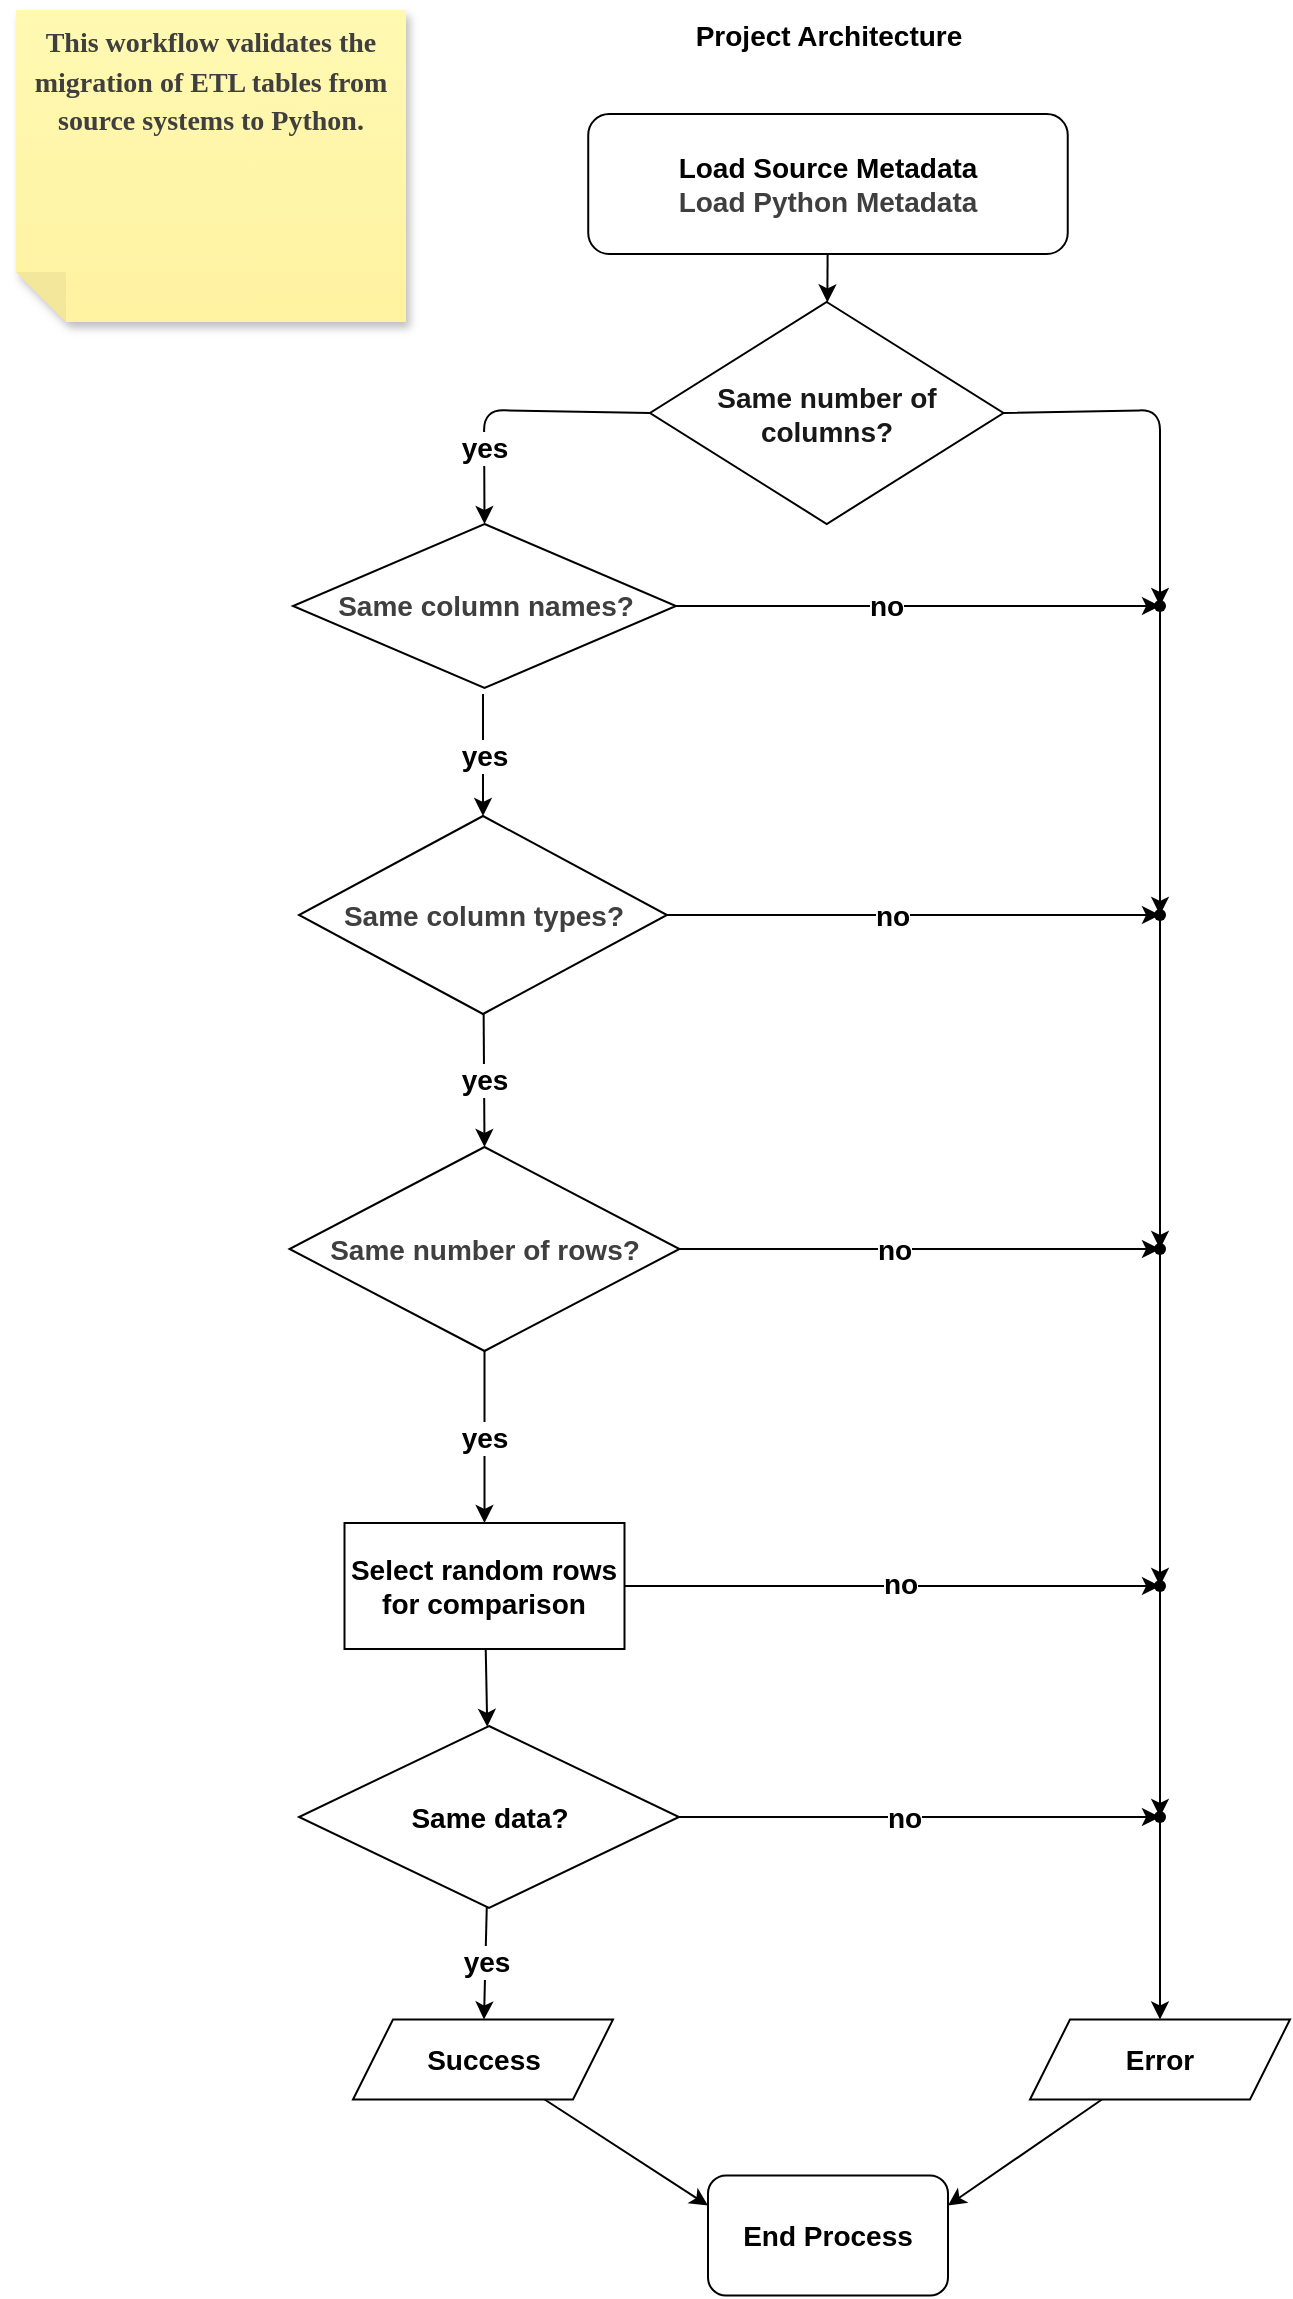
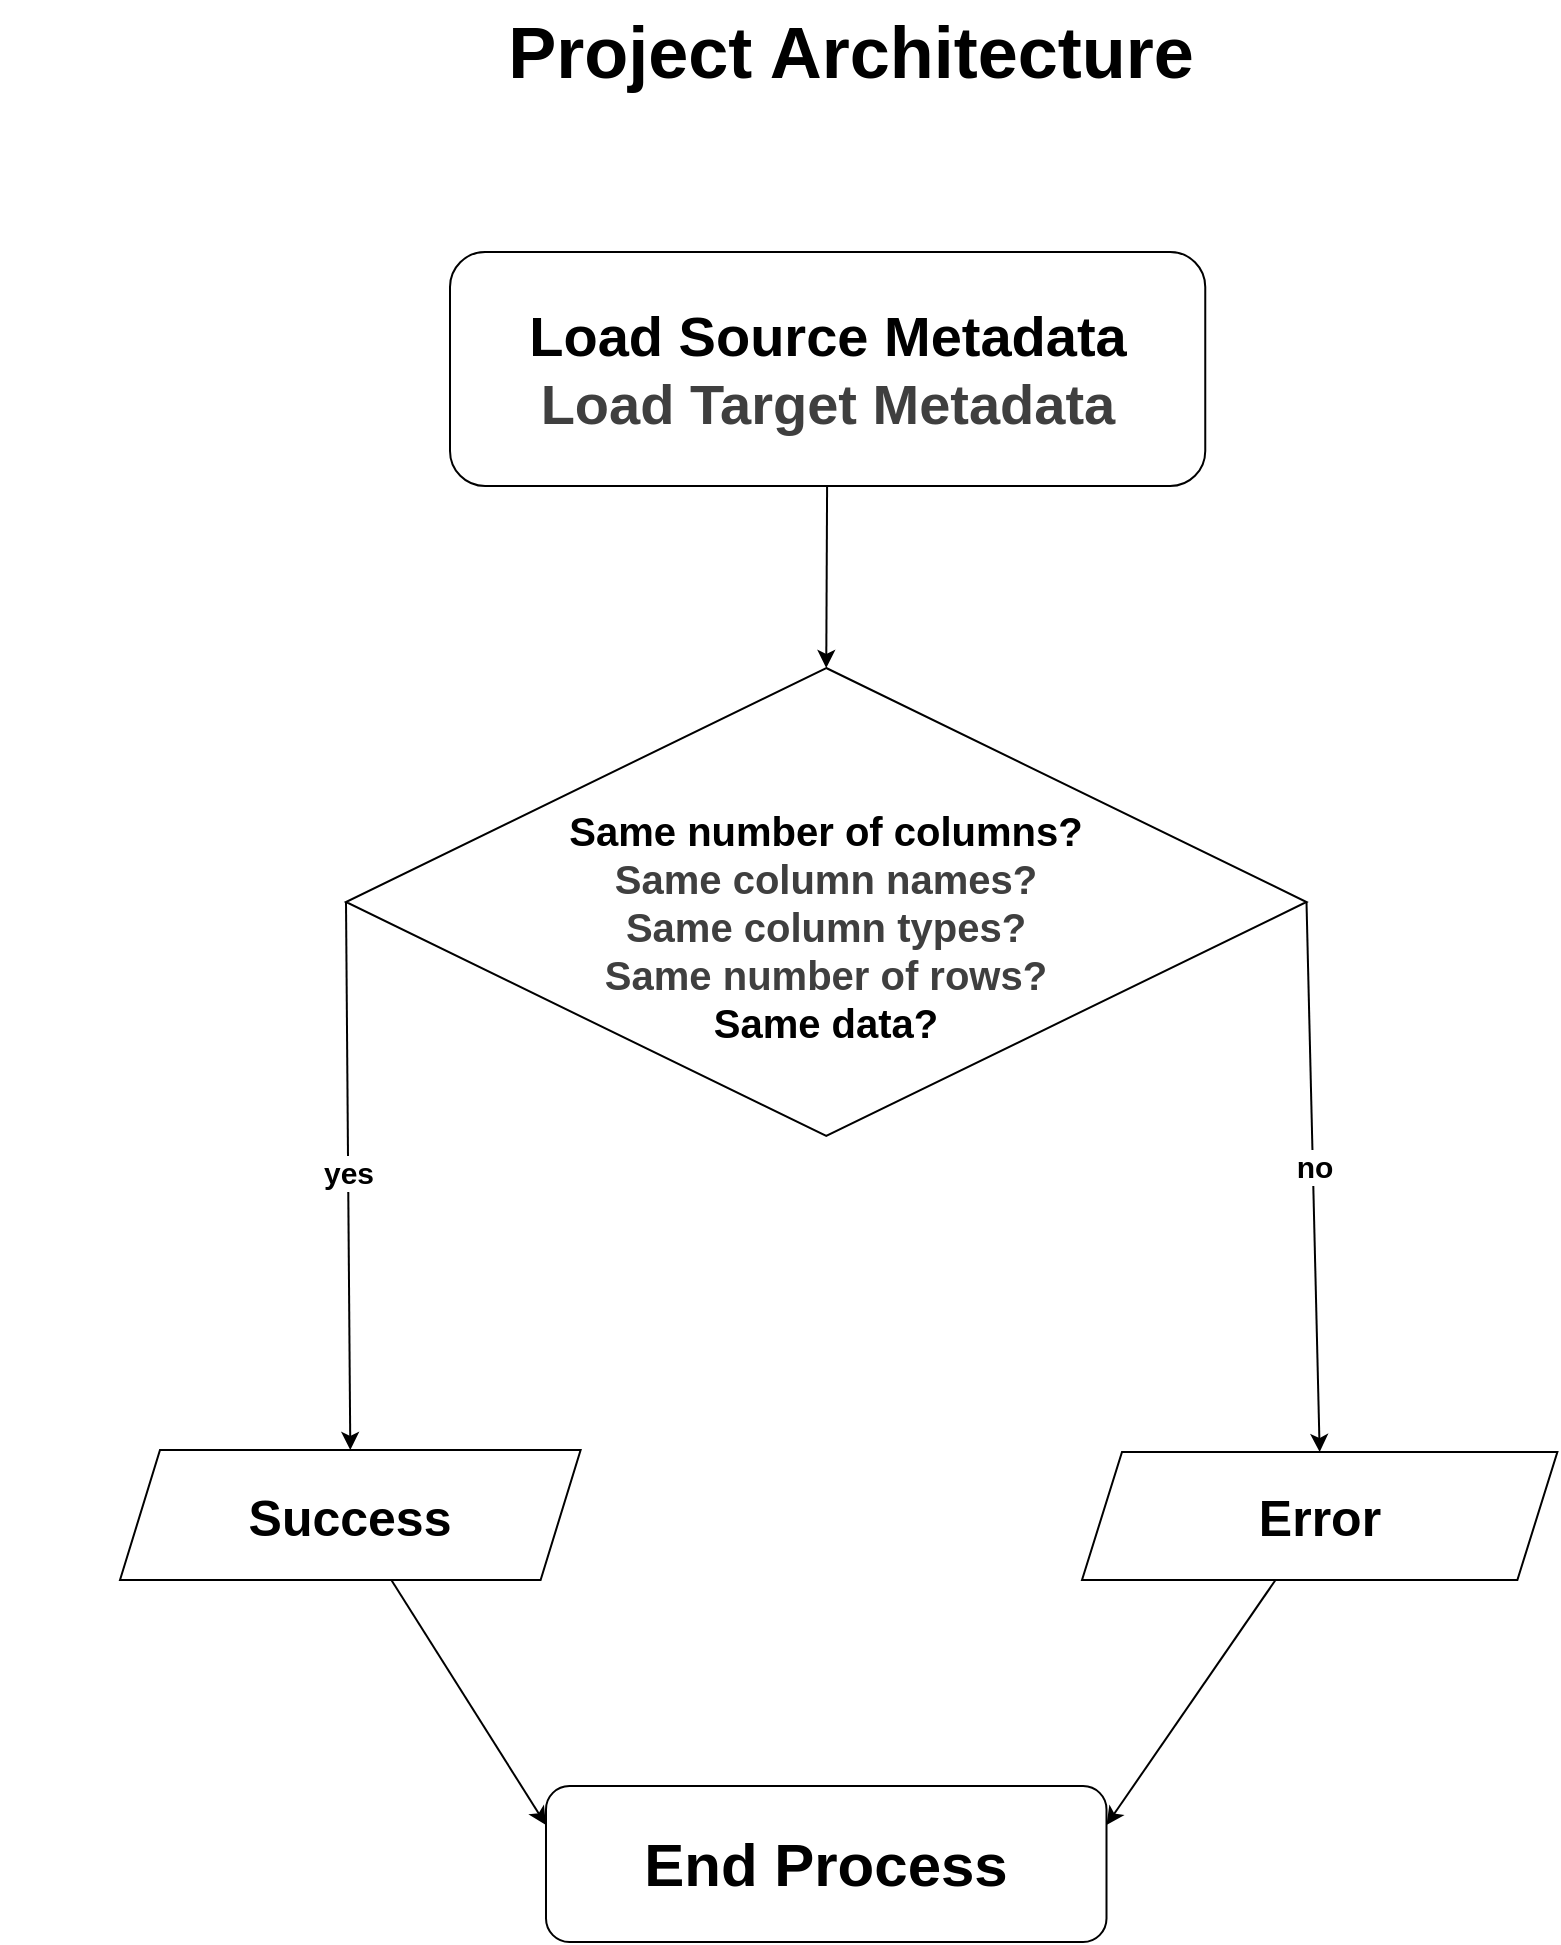
<mxfile host="65bd71144e">
    <diagram id="iMFQBRP04OcVqvCr0Z85" name="Page-1">
-         <mxGraphModel dx="1916" dy="799" grid="1" gridSize="13" guides="1" tooltips="1" connect="1" arrows="1" fold="1" page="1" pageScale="1" pageWidth="827" pageHeight="1169" background="#FFFFFF" math="0" shadow="0">
+         <mxGraphModel dx="2270" dy="1408" grid="1" gridSize="13" guides="1" tooltips="1" connect="1" arrows="1" fold="1" page="1" pageScale="1" pageWidth="827" pageHeight="1169" background="#FFFFFF" math="0" shadow="0">
            <root>
                <mxCell id="0"/>
                <mxCell id="1" parent="0"/>
-                 <mxCell id="5" value="&lt;div&gt;&lt;br&gt;&lt;/div&gt;" style="text;html=1;align=center;verticalAlign=middle;resizable=0;points=[];autosize=1;strokeColor=none;fillColor=none;fontSize=14;fontStyle=1;metaEdit=0;" parent="1" vertex="1">
-                     <mxGeometry x="-827" y="54" width="26" height="26" as="geometry"/>
+                 <mxCell id="5" value="&lt;div&gt;&lt;br&gt;&lt;/div&gt;" style="text;html=1;align=center;verticalAlign=middle;resizable=0;points=[];autosize=1;strokeColor=none;fillColor=none;fontSize=15;fontStyle=1;metaEdit=0;" parent="1" vertex="1">
+                     <mxGeometry x="-827" y="48" width="26" height="39" as="geometry"/>
                </mxCell>
-                 <mxCell id="10" style="edgeStyle=none;html=1;entryDx=0;entryDy=0;fontSize=14;fontStyle=1;metaEdit=0;align=center;" parent="1" source="8" target="9" edge="1">
-                     <mxGeometry relative="1" as="geometry"/>
+                 <mxCell id="10" style="edgeStyle=none;html=1;entryDx=0;entryDy=0;fontSize=15;fontStyle=1;metaEdit=0;align=center;entryX=0.5;entryY=0;" parent="1" source="8" target="60" edge="1">
+                     <mxGeometry relative="1" as="geometry">
+                         <mxPoint x="-414.0780874101656" y="263.18961354233136" as="targetPoint"/>
+                     </mxGeometry>
                </mxCell>
-                 <mxCell id="8" value="Load Source Metadata&lt;div&gt;&lt;span style=&quot;background-color: transparent; color: rgb(63, 63, 63);&quot;&gt;Load Python Metadata&lt;/span&gt;&lt;/div&gt;" style="rounded=1;whiteSpace=wrap;html=1;labelBackgroundColor=none;fontStyle=1;fontSize=14;metaEdit=0;align=center;" parent="1" vertex="1">
-                     <mxGeometry x="-532.88" y="65" width="239.75" height="70" as="geometry"/>
+                 <mxCell id="8" value="Load Source Metadata&lt;div&gt;&lt;span style=&quot;background-color: transparent; color: rgb(63, 63, 63);&quot;&gt;Load Target Metadata&lt;/span&gt;&lt;/div&gt;" style="rounded=1;whiteSpace=wrap;html=1;labelBackgroundColor=none;fontStyle=1;fontSize=28;metaEdit=0;align=center;" parent="1" vertex="1">
+                     <mxGeometry x="-602" y="169" width="377.63" height="117" as="geometry"/>
                </mxCell>
-                 <mxCell id="80" value="yes" style="edgeStyle=none;html=1;exitX=0;exitY=0.5;exitDx=0;exitDy=0;entryX=0.5;entryY=0;entryDx=0;entryDy=0;align=center;fontSize=14;fontStyle=1" parent="1" source="9" edge="1" target="60">
-                     <mxGeometry x="0.4667" relative="1" as="geometry">
-                         <mxPoint x="-585.5" y="294.25" as="targetPoint"/>
-                         <Array as="points">
-                             <mxPoint x="-585" y="213"/>
-                         </Array>
+                 <mxCell id="84" value="yes" style="edgeStyle=none;html=1;align=center;fontSize=15;fontStyle=1;exitX=0;exitY=0.5;exitDx=0;exitDy=0;entryX=0.5;entryY=0;entryDx=0;entryDy=0;" parent="1" target="94" edge="1" source="60">
+                     <mxGeometry x="-0.0164" relative="1" as="geometry">
+                         <mxPoint x="-583.59" y="494" as="sourcePoint"/>
+                         <mxPoint x="-583.59" y="555" as="targetPoint"/>
                        <mxPoint as="offset"/>
                    </mxGeometry>
                </mxCell>
-                 <mxCell id="89" value="yes" style="edgeStyle=none;html=1;entryX=0.5;entryY=0;entryDx=0;entryDy=0;align=center;fontSize=14;fontStyle=1;exitX=0.5;exitY=1;exitDx=0;exitDy=0;" parent="1" target="32" edge="1" source="18">
+                 <mxCell id="179" style="edgeStyle=none;html=1;exitX=1;exitY=0.5;exitDx=0;exitDy=0;fontStyle=1;fontSize=15;entryX=0.5;entryY=0;entryDx=0;entryDy=0;" edge="1" parent="1" source="60" target="79">
                    <mxGeometry relative="1" as="geometry">
-                         <mxPoint x="-585.5" y="691" as="sourcePoint"/>
-                         <mxPoint x="-590.120786516854" y="845.5" as="targetPoint"/>
+                         <mxPoint x="-251" y="583" as="targetPoint"/>
                    </mxGeometry>
                </mxCell>
-                 <mxCell id="167" value="" style="edgeStyle=none;html=1;exitX=1;exitY=0.5;exitDx=0;exitDy=0;fontStyle=1;fontSize=14;" edge="1" parent="1" source="18" target="166">
-                     <mxGeometry relative="1" as="geometry"/>
-                 </mxCell>
-                 <mxCell id="177" value="no" style="edgeLabel;html=1;align=center;verticalAlign=middle;resizable=0;points=[];fontStyle=1;fontSize=14;" vertex="1" connectable="0" parent="167">
-                     <mxGeometry x="-0.1105" relative="1" as="geometry">
+                 <mxCell id="180" value="&lt;span&gt;no&lt;/span&gt;" style="edgeLabel;html=1;align=center;verticalAlign=middle;resizable=0;points=[];fontStyle=1;fontSize=15;" vertex="1" connectable="0" parent="179">
+                     <mxGeometry x="-0.0419" relative="1" as="geometry">
                        <mxPoint as="offset"/>
                    </mxGeometry>
                </mxCell>
-                 <mxCell id="18" value="&lt;span style=&quot;color: rgb(63, 63, 63); scrollbar-color: rgb(226, 226, 226) rgb(251, 251, 251);&quot;&gt;Same number of rows?&lt;/span&gt;" style="rhombus;whiteSpace=wrap;html=1;rounded=0;fontSize=14;fontStyle=1;metaEdit=0;align=center;" parent="1" vertex="1">
-                     <mxGeometry x="-682.25" y="581.5" width="195" height="102" as="geometry"/>
+                 <mxCell id="60" value="&lt;div&gt;&lt;span style=&quot;color: rgb(63, 63, 63); scrollbar-color: rgb(226, 226, 226) rgb(251, 251, 251);&quot;&gt;&lt;span style=&quot;color: rgb(0, 0, 0);&quot;&gt;&lt;br&gt;&lt;/span&gt;&lt;/span&gt;&lt;/div&gt;&lt;div&gt;&lt;span style=&quot;color: rgb(63, 63, 63); scrollbar-color: rgb(226, 226, 226) rgb(251, 251, 251);&quot;&gt;&lt;span style=&quot;color: rgb(0, 0, 0);&quot;&gt;Same number of columns?&lt;/span&gt;&lt;/span&gt;&lt;/div&gt;&lt;span style=&quot;color: rgb(63, 63, 63); scrollbar-color: rgb(226, 226, 226) rgb(251, 251, 251);&quot;&gt;Same column&amp;nbsp;&lt;span style=&quot;color: rgb(63, 63, 63);&quot;&gt;names&lt;/span&gt;?&lt;/span&gt;&lt;div&gt;&lt;span style=&quot;color: rgb(63, 63, 63); scrollbar-color: rgb(226, 226, 226) rgb(251, 251, 251);&quot;&gt;&lt;span style=&quot;scrollbar-color: rgb(226, 226, 226) rgb(251, 251, 251); color: rgb(63, 63, 63);&quot;&gt;Same column types&lt;/span&gt;&lt;span style=&quot;scrollbar-color: rgb(226, 226, 226) rgb(251, 251, 251); color: rgb(63, 63, 63);&quot;&gt;?&lt;/span&gt;&lt;/span&gt;&lt;/div&gt;&lt;div&gt;&lt;span style=&quot;color: rgb(63, 63, 63); scrollbar-color: rgb(226, 226, 226) rgb(251, 251, 251);&quot;&gt;&lt;span style=&quot;scrollbar-color: rgb(226, 226, 226) rgb(251, 251, 251); color: rgb(63, 63, 63);&quot;&gt;&lt;span style=&quot;color: rgb(63, 63, 63);&quot;&gt;Same number of rows?&lt;/span&gt;&lt;/span&gt;&lt;/span&gt;&lt;/div&gt;&lt;div&gt;&lt;span style=&quot;color: rgb(63, 63, 63); scrollbar-color: rgb(226, 226, 226) rgb(251, 251, 251);&quot;&gt;&lt;span style=&quot;scrollbar-color: rgb(226, 226, 226) rgb(251, 251, 251); color: rgb(63, 63, 63);&quot;&gt;&lt;span style=&quot;color: rgb(63, 63, 63);&quot;&gt;&lt;span style=&quot;color: rgb(0, 0, 0);&quot;&gt;Same data?&lt;/span&gt;&lt;/span&gt;&lt;/span&gt;&lt;/span&gt;&lt;/div&gt;" style="rhombus;whiteSpace=wrap;html=1;rounded=0;fontSize=20;fontStyle=1;metaEdit=0;align=center;" parent="1" vertex="1">
+                     <mxGeometry x="-654" y="377" width="480.25" height="234" as="geometry"/>
                </mxCell>
-                 <mxCell id="35" value="" style="edgeStyle=none;html=1;fontSize=14;fontStyle=1;metaEdit=0;align=center;" parent="1" source="32" target="34" edge="1">
+                 <mxCell id="145" style="edgeStyle=none;html=1;entryX=1;entryY=0.25;entryDx=0;entryDy=0;fontStyle=1;fontSize=15;" parent="1" source="79" target="123" edge="1">
                    <mxGeometry relative="1" as="geometry"/>
                </mxCell>
-                 <mxCell id="170" value="" style="edgeStyle=none;html=1;exitX=1;exitY=0.5;exitDx=0;exitDy=0;fontStyle=1;fontSize=14;" edge="1" parent="1" source="32" target="169">
+                 <mxCell id="79" value="Error" style="shape=parallelogram;perimeter=parallelogramPerimeter;whiteSpace=wrap;html=1;fixedSize=1;rounded=0;fontStyle=1;fontSize=25;metaEdit=0;align=center;" parent="1" vertex="1">
+                     <mxGeometry x="-286" y="769" width="237.69" height="64" as="geometry"/>
+                 </mxCell>
+                 <mxCell id="146" style="edgeStyle=none;html=1;entryX=0;entryY=0.25;entryDx=0;entryDy=0;fontStyle=1;fontSize=15;" parent="1" source="94" target="123" edge="1">
                    <mxGeometry relative="1" as="geometry"/>
                </mxCell>
-                 <mxCell id="178" value="no" style="edgeLabel;html=1;align=center;verticalAlign=middle;resizable=0;points=[];fontStyle=1;fontSize=14;" vertex="1" connectable="0" parent="170">
-                     <mxGeometry x="0.0216" y="1" relative="1" as="geometry">
-                         <mxPoint as="offset"/>
-                     </mxGeometry>
+                 <mxCell id="94" value="Success" style="shape=parallelogram;perimeter=parallelogramPerimeter;whiteSpace=wrap;html=1;fixedSize=1;rounded=0;fontStyle=1;fontSize=25;metaEdit=0;align=center;" parent="1" vertex="1">
+                     <mxGeometry x="-767" y="768" width="230.31" height="65" as="geometry"/>
                </mxCell>
-                 <mxCell id="32" value="Select random rows&lt;br&gt;for comparison" style="whiteSpace=wrap;html=1;rounded=0;fontStyle=1;fontSize=14;metaEdit=0;align=center;" parent="1" vertex="1">
-                     <mxGeometry x="-654.75" y="769.5" width="140" height="63" as="geometry"/>
+                 <mxCell id="118" value="&lt;font&gt;Project Architecture&lt;/font&gt;" style="text;html=1;align=center;verticalAlign=middle;resizable=0;points=[];autosize=1;strokeColor=none;fillColor=none;fontSize=36;fontStyle=1" parent="1" vertex="1">
+                     <mxGeometry x="-571.25" y="43" width="338" height="52" as="geometry"/>
                </mxCell>
-                 <mxCell id="95" value="yes" style="edgeStyle=none;html=1;align=center;fontSize=14;fontStyle=1" parent="1" source="34" target="94" edge="1">
-                     <mxGeometry relative="1" as="geometry"/>
-                 </mxCell>
-                 <mxCell id="173" value="" style="edgeStyle=none;html=1;exitX=1;exitY=0.5;exitDx=0;exitDy=0;fontStyle=1;fontSize=14;" edge="1" parent="1" source="34" target="172">
-                     <mxGeometry relative="1" as="geometry"/>
-                 </mxCell>
-                 <mxCell id="179" value="no" style="edgeLabel;html=1;align=center;verticalAlign=middle;resizable=0;points=[];fontStyle=1;fontSize=14;" vertex="1" connectable="0" parent="173">
-                     <mxGeometry x="-0.0704" relative="1" as="geometry">
-                         <mxPoint as="offset"/>
-                     </mxGeometry>
-                 </mxCell>
-                 <mxCell id="34" value="Same data?" style="rhombus;whiteSpace=wrap;html=1;rounded=0;fontStyle=1;fontSize=14;metaEdit=0;align=center;" parent="1" vertex="1">
-                     <mxGeometry x="-677.5" y="871" width="190" height="91" as="geometry"/>
-                 </mxCell>
-                 <mxCell id="86" value="yes" style="edgeStyle=none;html=1;align=center;fontSize=14;fontStyle=1;entryX=0.5;entryY=0;entryDx=0;entryDy=0;" parent="1" source="55" edge="1" target="18">
-                     <mxGeometry relative="1" as="geometry">
-                         <mxPoint x="-585.5" y="574" as="targetPoint"/>
-                     </mxGeometry>
-                 </mxCell>
-                 <mxCell id="164" value="" style="edgeStyle=none;html=1;exitX=1;exitY=0.5;exitDx=0;exitDy=0;fontStyle=1;fontSize=14;" edge="1" parent="1" source="55" target="163">
-                     <mxGeometry relative="1" as="geometry"/>
-                 </mxCell>
-                 <mxCell id="176" value="no" style="edgeLabel;html=1;align=center;verticalAlign=middle;resizable=0;points=[];fontStyle=1;fontSize=14;" vertex="1" connectable="0" parent="164">
-                     <mxGeometry x="-0.0885" relative="1" as="geometry">
-                         <mxPoint as="offset"/>
-                     </mxGeometry>
-                 </mxCell>
-                 <mxCell id="55" value="&lt;span style=&quot;color: rgb(63, 63, 63);&quot;&gt;Same column types&lt;/span&gt;&lt;span style=&quot;color: rgb(63, 63, 63);&quot;&gt;?&lt;/span&gt;" style="rhombus;whiteSpace=wrap;html=1;rounded=0;fontSize=14;fontStyle=1;metaEdit=0;align=center;" parent="1" vertex="1">
-                     <mxGeometry x="-677.5" y="416" width="184" height="99" as="geometry"/>
-                 </mxCell>
-                 <mxCell id="84" value="yes" style="edgeStyle=none;html=1;align=center;fontSize=14;fontStyle=1" parent="1" target="55" edge="1">
-                     <mxGeometry relative="1" as="geometry">
-                         <mxPoint x="-585.5" y="355" as="sourcePoint"/>
-                     </mxGeometry>
-                 </mxCell>
-                 <mxCell id="161" value="" style="edgeStyle=none;html=1;exitX=1;exitY=0.5;exitDx=0;exitDy=0;fontStyle=1;fontSize=14;" edge="1" parent="1" source="60" target="160">
-                     <mxGeometry relative="1" as="geometry"/>
-                 </mxCell>
-                 <mxCell id="175" value="no" style="edgeLabel;html=1;align=center;verticalAlign=middle;resizable=0;points=[];fontStyle=1;fontSize=14;" vertex="1" connectable="0" parent="161">
-                     <mxGeometry x="-0.1387" relative="1" as="geometry">
-                         <mxPoint x="1" as="offset"/>
-                     </mxGeometry>
-                 </mxCell>
-                 <mxCell id="60" value="&lt;span style=&quot;color: rgb(63, 63, 63); scrollbar-color: rgb(226, 226, 226) rgb(251, 251, 251);&quot;&gt;Same column&amp;nbsp;&lt;span style=&quot;color: rgb(63, 63, 63);&quot;&gt;names&lt;/span&gt;?&lt;/span&gt;" style="rhombus;whiteSpace=wrap;html=1;rounded=0;fontSize=14;fontStyle=1;metaEdit=0;align=center;" parent="1" vertex="1">
-                     <mxGeometry x="-680.5" y="270" width="191.5" height="82" as="geometry"/>
-                 </mxCell>
-                 <mxCell id="145" style="edgeStyle=none;html=1;entryX=1;entryY=0.25;entryDx=0;entryDy=0;fontStyle=1;fontSize=14;" edge="1" parent="1" source="79" target="123">
-                     <mxGeometry relative="1" as="geometry"/>
-                 </mxCell>
-                 <mxCell id="79" value="Error" style="shape=parallelogram;perimeter=parallelogramPerimeter;whiteSpace=wrap;html=1;fixedSize=1;rounded=0;fontStyle=1;fontSize=14;metaEdit=0;align=center;" parent="1" vertex="1">
-                     <mxGeometry x="-312" y="1017.75" width="130" height="40" as="geometry"/>
-                 </mxCell>
-                 <mxCell id="146" style="edgeStyle=none;html=1;entryX=0;entryY=0.25;entryDx=0;entryDy=0;fontStyle=1;fontSize=14;" edge="1" parent="1" source="94" target="123">
-                     <mxGeometry relative="1" as="geometry"/>
-                 </mxCell>
-                 <mxCell id="94" value="Success" style="shape=parallelogram;perimeter=parallelogramPerimeter;whiteSpace=wrap;html=1;fixedSize=1;rounded=0;fontStyle=1;fontSize=14;metaEdit=0;align=center;" parent="1" vertex="1">
-                     <mxGeometry x="-650.5" y="1017.75" width="130" height="40" as="geometry"/>
-                 </mxCell>
-                 <mxCell id="159" style="edgeStyle=none;html=1;exitDx=0;exitDy=0;entryX=0.5;entryY=0;entryDx=0;entryDy=0;fontStyle=1;fontSize=14;" edge="1" parent="1" source="172" target="79">
-                     <mxGeometry relative="1" as="geometry">
-                         <mxPoint x="-260" y="1014" as="targetPoint"/>
-                     </mxGeometry>
-                 </mxCell>
-                 <mxCell id="9" value="Same number of columns?" style="rhombus;whiteSpace=wrap;fontStyle=1;labelBackgroundColor=none;labelBorderColor=none;textShadow=0;fontSize=14;metaEdit=0;fillColor=default;gradientColor=none;rounded=0;shadow=0;container=1;collapsible=0;double=0;portConstraintRotation=0;snapToPoint=0;fixedWidth=0;autosize=1;autosizeGrid=1;movableLabel=0;backgroundOutline=0;comic=0;treeMoving=0;treeFolding=0;resizeHeight=0;resizeWidth=0;perimeter=rhombusPerimeter;resizable=1;fixDash=0;fillOpacity=100;overflow=visible;labelPadding=0;direction=east;portConstraint=none;connectable=1;allowArrows=1;fontColor=default;html=1;textOpacity=90;align=center;recursiveResize=0;expand=1;" parent="1" vertex="1">
-                     <mxGeometry x="-502" y="159" width="176.74" height="111" as="geometry"/>
-                 </mxCell>
-                 <mxCell id="117" value="&lt;div style=&quot;color: rgb(63, 63, 63); scrollbar-color: rgb(226, 226, 226) rgb(251, 251, 251); line-height: 140%;&quot;&gt;&lt;div style=&quot;scrollbar-color: rgb(226, 226, 226) rgb(251, 251, 251); color: rgb(63, 63, 63);&quot;&gt;&lt;font&gt;This workflow validates the migration of ETL tables from source systems to Python.&lt;/font&gt;&lt;/div&gt;&lt;/div&gt;" style="shape=note;whiteSpace=wrap;html=1;backgroundOutline=1;fontColor=#000000;darkOpacity=0.05;fillColor=#FFF9B2;strokeColor=none;fillStyle=solid;direction=west;gradientDirection=north;gradientColor=#FFF2A1;shadow=1;size=25;pointerEvents=1;align=center;fontStyle=1;verticalAlign=top;fontFamily=Verdana;fontSize=14;" parent="1" vertex="1">
-                     <mxGeometry x="-819" y="13" width="195" height="156" as="geometry"/>
-                 </mxCell>
-                 <mxCell id="118" value="&lt;font&gt;Project Architecture&lt;/font&gt;" style="text;html=1;align=center;verticalAlign=middle;resizable=0;points=[];autosize=1;strokeColor=none;fillColor=none;fontSize=14;fontStyle=1" parent="1" vertex="1">
-                     <mxGeometry x="-484.5" y="13" width="143" height="26" as="geometry"/>
-                 </mxCell>
-                 <mxCell id="123" value="End Process" style="rounded=1;whiteSpace=wrap;html=1;align=center;fontSize=14;fontStyle=1" parent="1" vertex="1">
-                     <mxGeometry x="-473" y="1095.75" width="120" height="60" as="geometry"/>
-                 </mxCell>
-                 <mxCell id="162" value="" style="edgeStyle=none;html=1;exitX=1;exitY=0.5;exitDx=0;exitDy=0;fontStyle=1;fontSize=14;" edge="1" parent="1" source="9" target="160">
-                     <mxGeometry relative="1" as="geometry">
-                         <mxPoint x="-317" y="213" as="sourcePoint"/>
-                         <mxPoint x="-249" y="1018" as="targetPoint"/>
-                         <Array as="points">
-                             <mxPoint x="-247" y="213"/>
-                         </Array>
-                     </mxGeometry>
-                 </mxCell>
-                 <mxCell id="160" value="" style="shape=waypoint;sketch=0;size=6;pointerEvents=1;points=[];fillColor=default;resizable=0;rotatable=0;perimeter=centerPerimeter;snapToPoint=1;fontSize=14;rounded=0;fontStyle=1;" vertex="1" parent="1">
-                     <mxGeometry x="-257" y="301" width="20" height="20" as="geometry"/>
-                 </mxCell>
-                 <mxCell id="165" value="" style="edgeStyle=none;html=1;entryX=0.652;entryY=0.141;entryDx=0;entryDy=0;entryPerimeter=0;fontStyle=1;fontSize=14;" edge="1" parent="1" source="160" target="163">
-                     <mxGeometry relative="1" as="geometry">
-                         <mxPoint x="-243.12" y="306" as="sourcePoint"/>
-                         <mxPoint x="-237.12" y="449.5" as="targetPoint"/>
-                     </mxGeometry>
-                 </mxCell>
-                 <mxCell id="163" value="" style="shape=waypoint;sketch=0;size=6;pointerEvents=1;points=[];fillColor=default;resizable=0;rotatable=0;perimeter=centerPerimeter;snapToPoint=1;fontSize=14;rounded=0;fontStyle=1;" vertex="1" parent="1">
-                     <mxGeometry x="-257" y="455.5" width="20" height="20" as="geometry"/>
-                 </mxCell>
-                 <mxCell id="168" value="" style="edgeStyle=none;html=1;exitDx=0;exitDy=0;fontStyle=1;fontSize=14;" edge="1" parent="1" source="163" target="166">
-                     <mxGeometry relative="1" as="geometry">
-                         <mxPoint x="-267" y="440" as="sourcePoint"/>
-                         <mxPoint x="-214" y="1003" as="targetPoint"/>
-                     </mxGeometry>
-                 </mxCell>
-                 <mxCell id="166" value="" style="shape=waypoint;sketch=0;size=6;pointerEvents=1;points=[];fillColor=default;resizable=0;rotatable=0;perimeter=centerPerimeter;snapToPoint=1;fontSize=14;rounded=0;fontStyle=1;" vertex="1" parent="1">
-                     <mxGeometry x="-257" y="622.5" width="20" height="20" as="geometry"/>
-                 </mxCell>
-                 <mxCell id="171" value="" style="edgeStyle=none;html=1;exitDx=0;exitDy=0;fontStyle=1;fontSize=14;" edge="1" parent="1" source="166" target="169">
-                     <mxGeometry relative="1" as="geometry">
-                         <mxPoint x="-253" y="618" as="sourcePoint"/>
-                         <mxPoint x="-214" y="1003" as="targetPoint"/>
-                     </mxGeometry>
-                 </mxCell>
-                 <mxCell id="169" value="" style="shape=waypoint;sketch=0;size=6;pointerEvents=1;points=[];fillColor=default;resizable=0;rotatable=0;perimeter=centerPerimeter;snapToPoint=1;fontSize=14;rounded=0;fontStyle=1;" vertex="1" parent="1">
-                     <mxGeometry x="-257" y="791" width="20" height="20" as="geometry"/>
-                 </mxCell>
-                 <mxCell id="174" value="" style="edgeStyle=none;html=1;exitDx=0;exitDy=0;fontStyle=1;fontSize=14;" edge="1" parent="1" source="169" target="172">
-                     <mxGeometry relative="1" as="geometry">
-                         <mxPoint x="-247" y="775" as="sourcePoint"/>
-                         <mxPoint x="-215" y="1003" as="targetPoint"/>
-                     </mxGeometry>
-                 </mxCell>
-                 <mxCell id="172" value="" style="shape=waypoint;sketch=0;size=6;pointerEvents=1;points=[];fillColor=default;resizable=0;rotatable=0;perimeter=centerPerimeter;snapToPoint=1;fontSize=14;rounded=0;fontStyle=1;" vertex="1" parent="1">
-                     <mxGeometry x="-257" y="906.5" width="20" height="20" as="geometry"/>
+                 <mxCell id="123" value="End Process" style="rounded=1;whiteSpace=wrap;html=1;align=center;fontSize=30;fontStyle=1" parent="1" vertex="1">
+                     <mxGeometry x="-554" y="936" width="280.25" height="78" as="geometry"/>
                </mxCell>
            </root>
        </mxGraphModel>
    </diagram>
</mxfile>